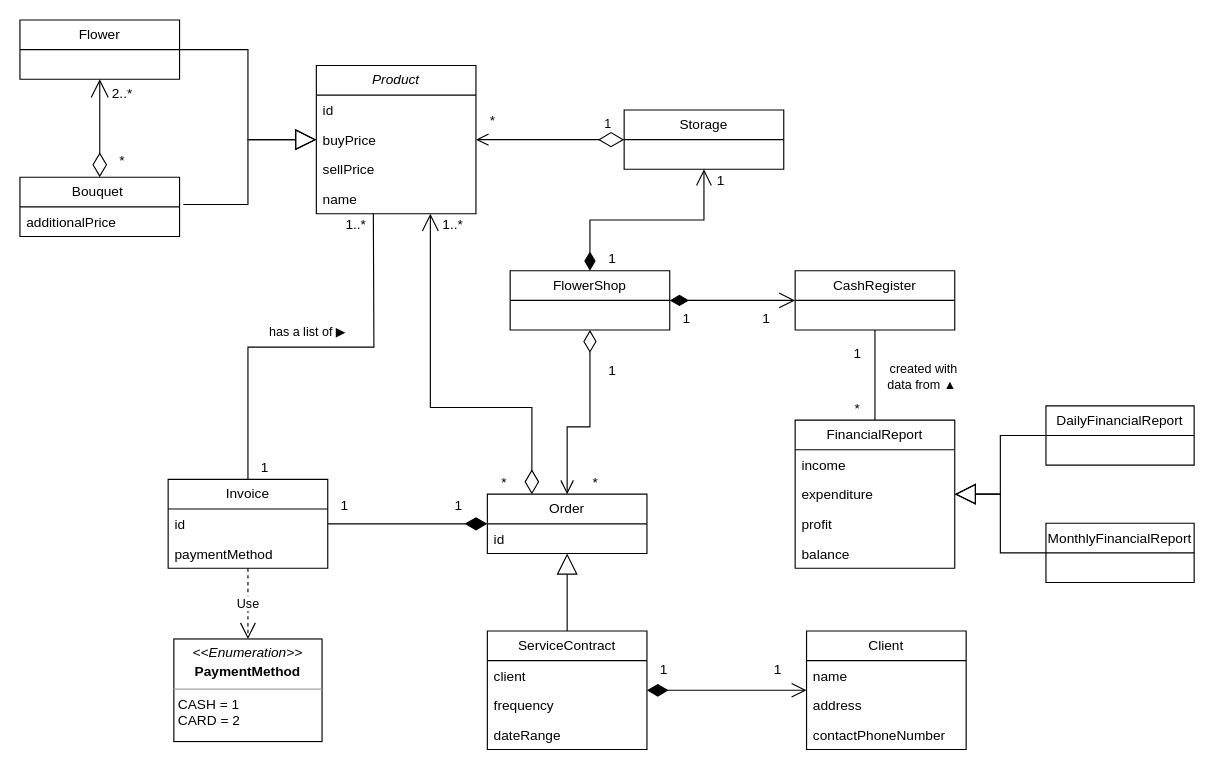
This is src/main/asciidoc/models/analysis/classdiagram.drawio from mrEkso/Flower-Shop-Management-System, a draw.io file, before an edit. Source tidied: cells renumbered, new cells numbered last; positions are measured from the earlier drawing's top-left corner, leaving out a move shared by most shapes. Both pictures are drawn from the tidied source at 114%, with x=0, y=0 at pixel (19, 19).
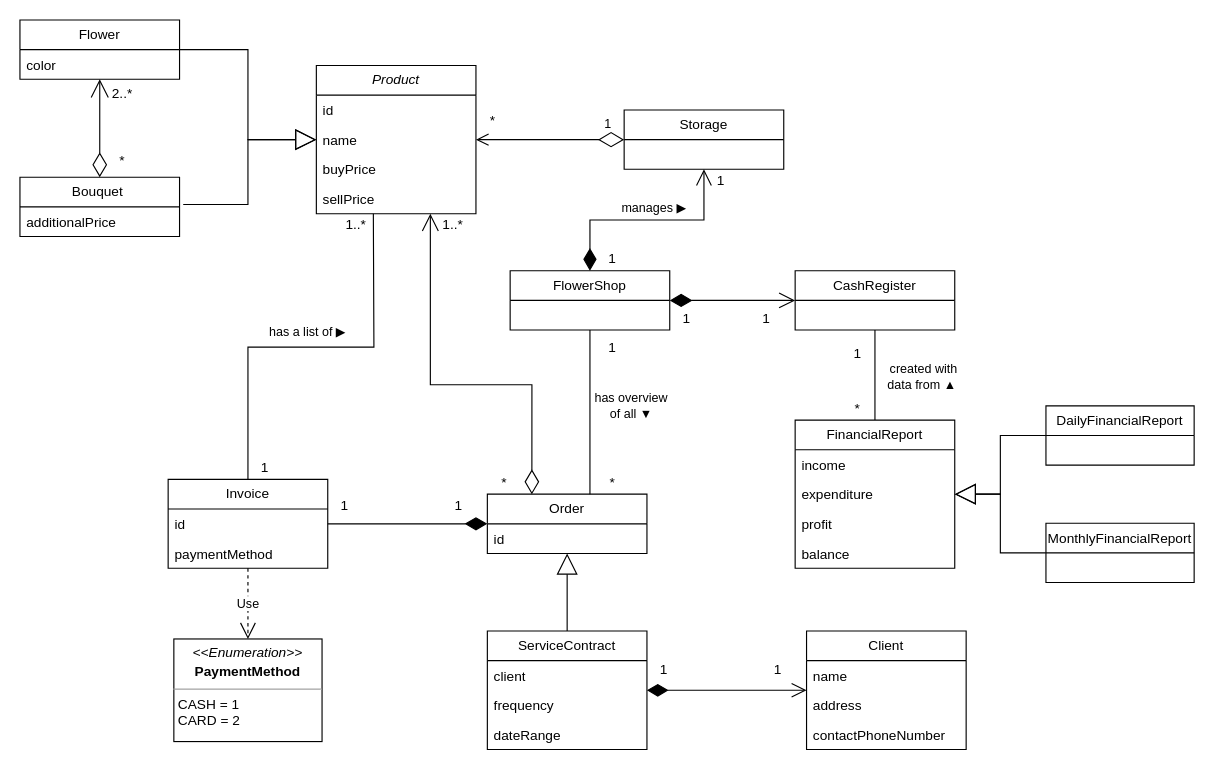
The same page after the edit.

Unchanged cells that the change refers to:
```xml
<mxCell id="2" value="Flower" style="swimlane;fontStyle=0;horizontal=1;startSize=26;fillColor=none;whiteSpace=wrap;html=1;" parent="1" vertex="1">
  <mxGeometry width="140" height="52" as="geometry" />
</mxCell>
<mxCell id="8" value="Storage" style="swimlane;fontStyle=0;horizontal=1;startSize=26;fillColor=none;whiteSpace=wrap;html=1;" parent="1" vertex="1">
  <mxGeometry x="530" y="79" width="140" height="52" as="geometry" />
</mxCell>
<mxCell id="11" value="FlowerShop" style="swimlane;fontStyle=0;horizontal=1;startSize=26;fillColor=none;whiteSpace=wrap;html=1;" parent="1" vertex="1">
  <mxGeometry x="430" y="220" width="140" height="52" as="geometry" />
</mxCell>
<mxCell id="12" value="CashRegister" style="swimlane;fontStyle=0;horizontal=1;startSize=26;fillColor=none;whiteSpace=wrap;html=1;" parent="1" vertex="1">
  <mxGeometry x="680" y="220" width="140" height="52" as="geometry" />
</mxCell>
<mxCell id="17" value="Order" style="swimlane;fontStyle=0;horizontal=1;startSize=26;fillColor=none;whiteSpace=wrap;html=1;" parent="1" vertex="1">
  <mxGeometry x="410" y="416" width="140" height="52" as="geometry" />
</mxCell>
<mxCell id="43" value="&lt;i&gt;Product&lt;/i&gt;" style="swimlane;fontStyle=0;horizontal=1;startSize=26;fillColor=none;whiteSpace=wrap;html=1;" parent="1" vertex="1">
  <mxGeometry x="260" y="40" width="140" height="130" as="geometry" />
</mxCell>
```

Change to the diagram source:
```diff
@@
+    <mxCell id="71" value="color" style="text;strokeColor=none;fillColor=none;align=left;verticalAlign=top;spacingLeft=4;spacingRight=4;overflow=hidden;whiteSpace=wrap;html=1;" parent="2" vertex="1">
+      <mxGeometry y="26" width="140" height="26" as="geometry" />
+    </mxCell>
@@
-    <mxCell id="40" style="endArrow=open;html=1;endSize=10;startArrow=diamondThin;startSize=17;startFill=0;edgeStyle=orthogonalEdgeStyle;align=left;verticalAlign=bottom;rounded=0;" parent="1" edge="1" source="11" target="17">
+    <mxCell id="40" style="endArrow=none;html=1;endSize=10;startArrow=none;startSize=21;startFill=0;edgeStyle=orthogonalEdgeStyle;align=left;verticalAlign=bottom;rounded=0;endFill=0;" parent="1" edge="1" source="11" target="17">
       <mxGeometry x="-0.01" y="10" relative="1" as="geometry">
         <Array as="points">
-          <mxPoint x="500" y="357" />
-          <mxPoint x="480" y="357" />
+          <mxPoint x="500" y="390" />
+          <mxPoint x="500" y="390" />
         </Array>
       </mxGeometry>
     </mxCell>
     <mxCell id="41" value="1" style="text;html=1;strokeColor=none;fillColor=none;align=center;verticalAlign=middle;whiteSpace=wrap;rounded=0;" parent="1" vertex="1">
-      <mxGeometry x="505" y="298" width="30" height="20" as="geometry" />
+      <mxGeometry x="505" y="278" width="30" height="20" as="geometry" />
     </mxCell>
     <mxCell id="42" value="*" style="text;html=1;strokeColor=none;fillColor=none;align=center;verticalAlign=middle;whiteSpace=wrap;rounded=0;" parent="1" vertex="1">
-      <mxGeometry x="490" y="396" width="30" height="20" as="geometry" />
+      <mxGeometry x="505" y="396" width="30" height="20" as="geometry" />
     </mxCell>
@@
+    <mxCell id="47" value="name" style="text;strokeColor=none;fillColor=none;align=left;verticalAlign=top;spacingLeft=4;spacingRight=4;overflow=hidden;whiteSpace=wrap;html=1;" parent="43" vertex="1">
+      <mxGeometry y="52" width="140" height="26" as="geometry" />
+    </mxCell>
     <mxCell id="45" value="buyPrice" style="text;strokeColor=none;fillColor=none;align=left;verticalAlign=top;spacingLeft=4;spacingRight=4;overflow=hidden;whiteSpace=wrap;html=1;" parent="43" vertex="1">
-      <mxGeometry y="52" width="140" height="26" as="geometry" />
+      <mxGeometry y="78" width="140" height="26" as="geometry" />
     </mxCell>
     <mxCell id="46" value="sellPrice" style="text;strokeColor=none;fillColor=none;align=left;verticalAlign=top;spacingLeft=4;spacingRight=4;overflow=hidden;whiteSpace=wrap;html=1;" parent="43" vertex="1">
-      <mxGeometry y="78" width="140" height="26" as="geometry" />
+      <mxGeometry y="104" width="140" height="26" as="geometry" />
     </mxCell>
-    <mxCell id="47" value="name" style="text;strokeColor=none;fillColor=none;align=left;verticalAlign=top;spacingLeft=4;spacingRight=4;overflow=hidden;whiteSpace=wrap;html=1;" parent="43" vertex="1">
-      <mxGeometry y="104" width="140" height="26" as="geometry" />
-    </mxCell>
@@
-    <mxCell id="50" style="endArrow=open;html=1;endSize=12;startArrow=diamondThin;startSize=14;startFill=1;edgeStyle=orthogonalEdgeStyle;align=left;verticalAlign=bottom;rounded=0;" parent="1" edge="1" source="11" target="12">
+    <mxCell id="50" style="endArrow=open;html=1;endSize=12;startArrow=diamondThin;startSize=17;startFill=1;edgeStyle=orthogonalEdgeStyle;align=left;verticalAlign=bottom;rounded=0;" parent="1" edge="1" source="11" target="12">
       <mxGeometry x="-0.24" relative="1" as="geometry" />
     </mxCell>
-    <mxCell id="51" style="endArrow=open;html=1;endSize=12;startArrow=diamondThin;startSize=14;startFill=1;edgeStyle=orthogonalEdgeStyle;align=left;verticalAlign=bottom;rounded=0;" parent="1" edge="1" source="11" target="8">
+    <mxCell id="51" style="endArrow=open;html=1;endSize=12;startArrow=diamondThin;startSize=17;startFill=1;edgeStyle=orthogonalEdgeStyle;align=left;verticalAlign=bottom;rounded=0;" parent="1" edge="1" source="11" target="8">
       <mxGeometry x="-1" y="3" relative="1" as="geometry" />
     </mxCell>
@@
     <mxCell id="54" style="endArrow=open;html=1;endSize=13;startArrow=diamondThin;startSize=19;startFill=0;edgeStyle=orthogonalEdgeStyle;align=left;verticalAlign=bottom;rounded=0;exitX=0.279;exitY=0.003;exitDx=0;exitDy=0;exitPerimeter=0;" parent="1" edge="1" source="17" target="43">
       <mxGeometry x="-1" y="3" relative="1" as="geometry">
         <Array as="points">
-          <mxPoint x="449" y="340" />
-          <mxPoint x="360" y="340" />
+          <mxPoint x="449" y="320" />
+          <mxPoint x="360" y="320" />
         </Array>
       </mxGeometry>
     </mxCell>
@@
+    <mxCell id="72" value="manages ▶" style="edgeLabel;html=1;align=center;verticalAlign=middle;" parent="1" vertex="1">
+      <mxGeometry x="555" y="164" as="geometry" />
+    </mxCell>
+    <mxCell id="73" value="has overview &lt;br&gt;of all&amp;nbsp;▼" style="edgeLabel;html=1;align=center;verticalAlign=middle;" parent="1" vertex="1">
+      <mxGeometry x="535" y="338.5" as="geometry" />
+    </mxCell>
```
